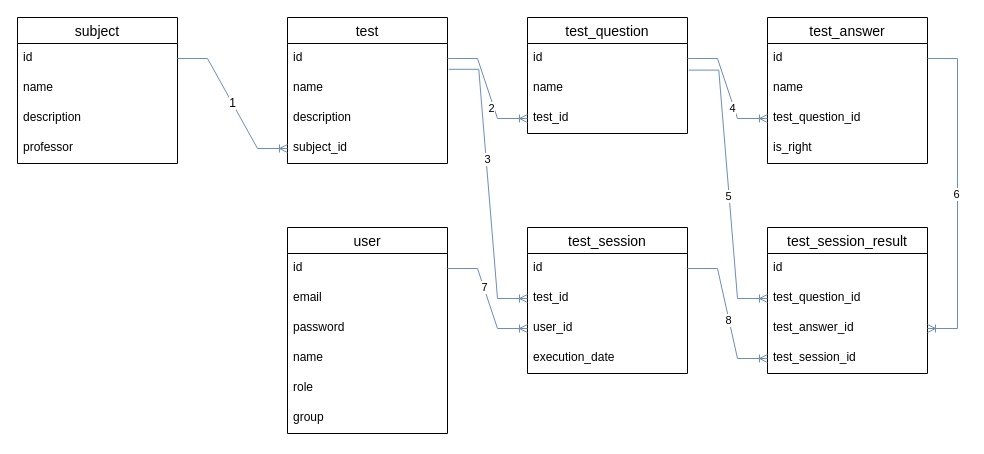
Above: diagram.drawio in cheeseburgerock/student-progress (draw.io), before the change. Source tidied: cells renumbered, new cells numbered last; positions are measured from the earlier drawing's top-left corner, leaving out a move shared by most shapes. Both pictures are drawn from the tidied source at 100%, with x=0, y=0 at pixel (17, 17).
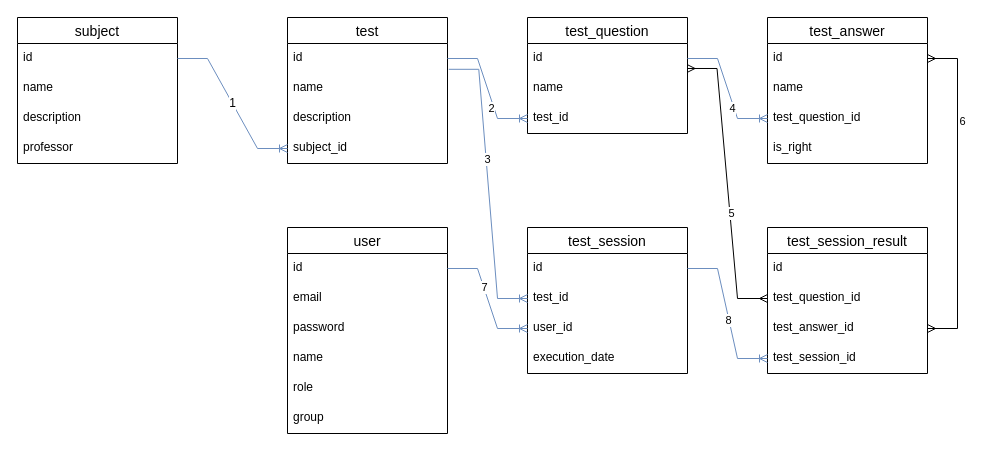
The same page after the edit.

Unchanged cells that the change refers to:
```xml
<mxCell id="8" value="id" style="text;strokeColor=none;fillColor=none;spacingLeft=4;spacingRight=4;overflow=hidden;points=[[0,0.5],[1,0.5]];portConstraint=eastwest;fontSize=12;" parent="7" vertex="1">
  <mxGeometry y="26" width="160" height="30" as="geometry" />
</mxCell>
<mxCell id="9" value="name" style="text;strokeColor=none;fillColor=none;spacingLeft=4;spacingRight=4;overflow=hidden;points=[[0,0.5],[1,0.5]];portConstraint=eastwest;fontSize=12;" parent="7" vertex="1">
  <mxGeometry y="56" width="160" height="30" as="geometry" />
</mxCell>
<mxCell id="12" value="id" style="text;strokeColor=none;fillColor=none;spacingLeft=4;spacingRight=4;overflow=hidden;points=[[0,0.5],[1,0.5]];portConstraint=eastwest;fontSize=12;" parent="11" vertex="1">
  <mxGeometry y="26" width="160" height="30" as="geometry" />
</mxCell>
<mxCell id="27" value="test_question_id" style="text;strokeColor=none;fillColor=none;spacingLeft=4;spacingRight=4;overflow=hidden;points=[[0,0.5],[1,0.5]];portConstraint=eastwest;fontSize=12;" parent="25" vertex="1">
  <mxGeometry y="56" width="160" height="30" as="geometry" />
</mxCell>
<mxCell id="28" value="test_answer_id" style="text;strokeColor=none;fillColor=none;spacingLeft=4;spacingRight=4;overflow=hidden;points=[[0,0.5],[1,0.5]];portConstraint=eastwest;fontSize=12;" parent="25" vertex="1">
  <mxGeometry y="86" width="160" height="30" as="geometry" />
</mxCell>
```

What changed in the source:
```diff
@@
-    <mxCell id="49" style="edgeStyle=entityRelationEdgeStyle;fontSize=12;html=1;endArrow=ERoneToMany;rounded=0;fillColor=#dae8fc;strokeColor=#6c8ebf;" parent="1" edge="1" source="12" target="28">
-      <mxGeometry relative="1" as="geometry" />
-    </mxCell>
+    <mxCell id="53" style="edgeStyle=entityRelationEdgeStyle;fontSize=12;html=1;endArrow=ERmany;startArrow=ERmany;rounded=0;entryX=0.997;entryY=0.833;entryDx=0;entryDy=0;entryPerimeter=0;" parent="1" edge="1" source="27" target="8">
+      <mxGeometry relative="1" as="geometry" />
+    </mxCell>
+    <mxCell id="52" value="5" style="edgeLabel;html=1;align=center;verticalAlign=middle;" parent="53" vertex="1">
+      <mxGeometry x="-0.2" y="-1" relative="1" as="geometry" />
+    </mxCell>
+    <mxCell id="54" style="edgeStyle=entityRelationEdgeStyle;fontSize=12;html=1;endArrow=ERmany;startArrow=ERmany;rounded=0;" parent="1" edge="1" source="28" target="12">
+      <mxGeometry relative="1" as="geometry" />
+    </mxCell>
-    <mxCell id="50" value="6" style="edgeLabel;html=1;align=center;verticalAlign=middle;" parent="49" vertex="1">
-      <mxGeometry y="-2" relative="1" as="geometry" />
+    <mxCell id="50" value="6" style="edgeLabel;html=1;align=center;verticalAlign=middle;" parent="54" vertex="1">
+      <mxGeometry x="0.44" y="-4" relative="1" as="geometry" />
     </mxCell>
-    <mxCell id="51" style="edgeStyle=entityRelationEdgeStyle;fontSize=12;html=1;endArrow=ERoneToMany;rounded=0;exitX=1.008;exitY=-0.113;exitDx=0;exitDy=0;exitPerimeter=0;fillColor=#dae8fc;strokeColor=#6c8ebf;" parent="1" edge="1" source="9" target="27">
-      <mxGeometry relative="1" as="geometry" />
-    </mxCell>
-    <mxCell id="52" value="5" style="edgeLabel;html=1;align=center;verticalAlign=middle;" parent="51" vertex="1">
-      <mxGeometry x="0.08" y="-1" relative="1" as="geometry" />
-    </mxCell>
```
